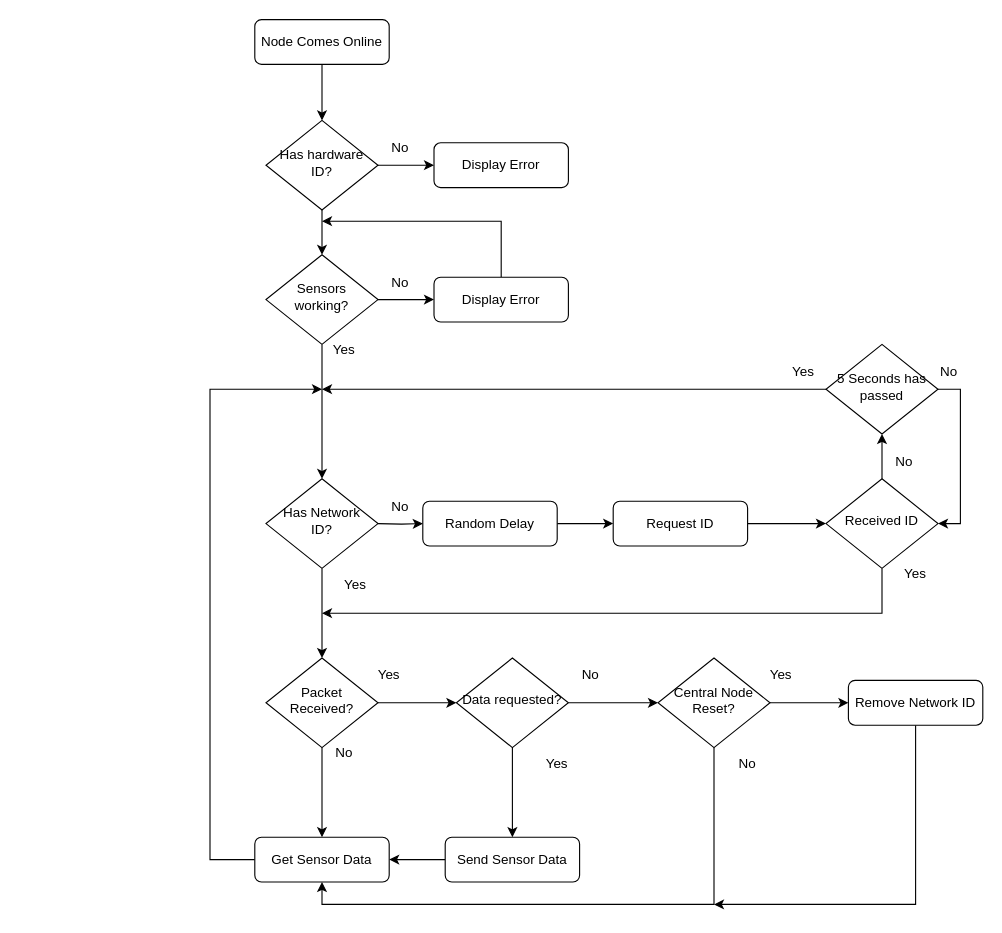
This is Documentation/Images/NetworkFlowchart_Node.drawio from dandeto/Smart-Farm, a draw.io file, before an edit. Source tidied: cells renumbered, new cells numbered last; positions are measured from the earlier drawing's top-left corner, leaving out a move shared by most shapes. Both pictures are drawn from the tidied source at 112%, with x=0, y=0 at pixel (209, 19).
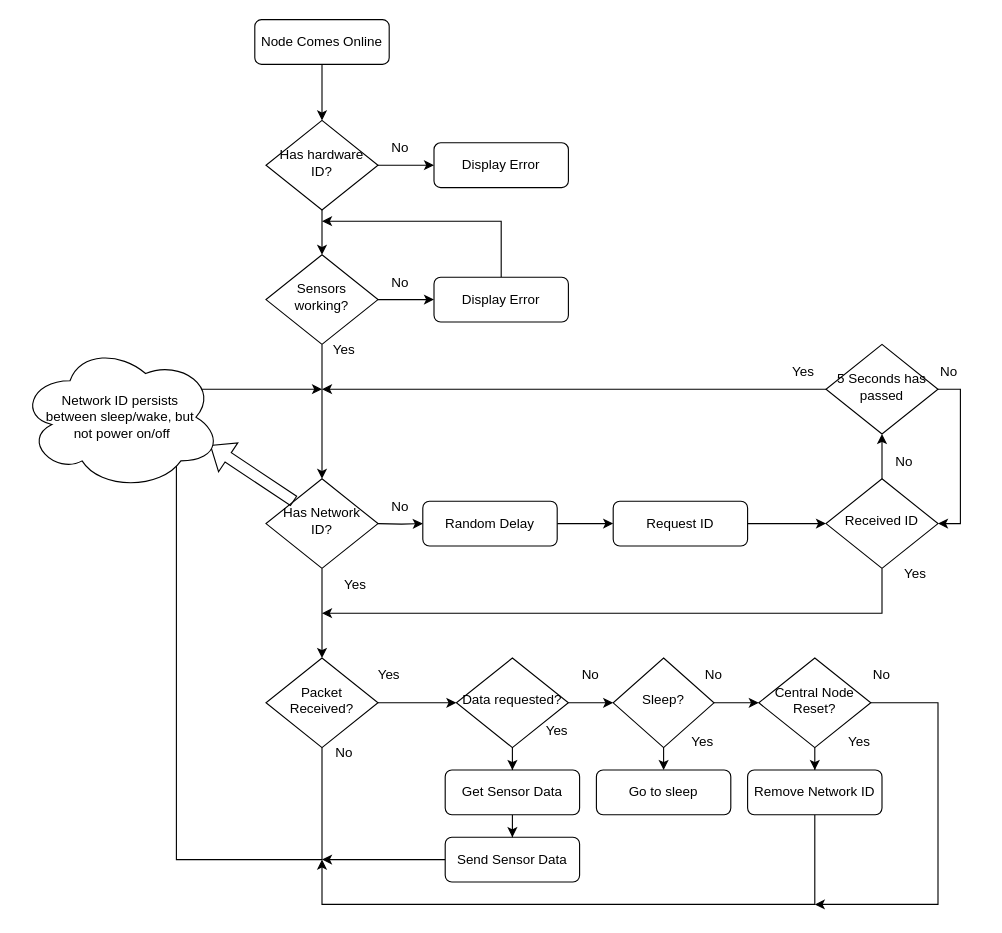
The same page after the edit.

Unchanged cells that the change refers to:
```xml
<mxCell id="17" value="Has Network ID?" style="rhombus;whiteSpace=wrap;html=1;shadow=0;fontFamily=Helvetica;fontSize=12;align=center;strokeWidth=1;spacing=6;spacingTop=-4;" parent="1" vertex="1">
  <mxGeometry x="50" y="410" width="100" height="80" as="geometry" />
</mxCell>
<mxCell id="32" value="Packet Received?" style="rhombus;whiteSpace=wrap;html=1;shadow=0;fontFamily=Helvetica;fontSize=12;align=center;strokeWidth=1;spacing=6;spacingTop=-4;" parent="1" vertex="1">
  <mxGeometry x="50" y="570" width="100" height="80" as="geometry" />
</mxCell>
<mxCell id="39" value="Data requested?" style="rhombus;whiteSpace=wrap;html=1;shadow=0;fontFamily=Helvetica;fontSize=12;align=center;strokeWidth=1;spacing=6;spacingTop=-4;" parent="1" vertex="1">
  <mxGeometry x="220" y="570" width="100" height="80" as="geometry" />
</mxCell>
<mxCell id="44" value="Send Sensor Data" style="rounded=1;whiteSpace=wrap;html=1;fontSize=12;glass=0;strokeWidth=1;shadow=0;" parent="1" vertex="1">
  <mxGeometry x="210" y="730" width="120" height="40" as="geometry" />
</mxCell>
```

Change to the diagram source:
```diff
@@
     <mxCell id="30" style="edgeStyle=orthogonalEdgeStyle;rounded=0;jettySize=auto;html=1;" parent="1" edge="1" source="32">
       <mxGeometry relative="1" as="geometry">
-        <mxPoint x="100" y="730" as="targetPoint" />
+        <mxPoint x="100" y="330" as="targetPoint" />
+        <Array as="points">
+          <mxPoint x="100" y="750" />
+          <mxPoint x="-30" y="750" />
+          <mxPoint x="-30" y="330" />
+        </Array>
       </mxGeometry>
     </mxCell>
@@
-    <mxCell id="35" style="edgeStyle=orthogonalEdgeStyle;rounded=0;jettySize=auto;html=1;exitX=0;exitY=0.5;exitDx=0;exitDy=0;" parent="1" edge="1" source="36">
-      <mxGeometry relative="1" as="geometry">
-        <mxPoint x="100" y="330" as="targetPoint" />
-        <Array as="points">
-          <mxPoint y="750" />
-          <mxPoint y="330" />
-        </Array>
-      </mxGeometry>
-    </mxCell>
-    <mxCell id="36" value="Get Sensor Data" style="rounded=1;whiteSpace=wrap;html=1;fontSize=12;glass=0;strokeWidth=1;shadow=0;" parent="1" vertex="1">
-      <mxGeometry x="40" y="730" width="120" height="40" as="geometry" />
-    </mxCell>
-    <mxCell id="37" style="edgeStyle=orthogonalEdgeStyle;rounded=0;jettySize=auto;html=1;" parent="1" edge="1" source="39" target="42">
-      <mxGeometry relative="1" as="geometry" />
-    </mxCell>
-    <mxCell id="38" style="edgeStyle=orthogonalEdgeStyle;rounded=0;jettySize=auto;html=1;" parent="1" edge="1" source="39">
-      <mxGeometry relative="1" as="geometry">
-        <mxPoint x="270" y="730" as="targetPoint" />
-      </mxGeometry>
-    </mxCell>
+    <mxCell id="56" style="edgeStyle=orthogonalEdgeStyle;rounded=0;jettySize=auto;html=1;" parent="1" edge="1" source="39" target="36">
+      <mxGeometry relative="1" as="geometry" />
+    </mxCell>
+    <mxCell id="57" style="edgeStyle=orthogonalEdgeStyle;rounded=0;jettySize=auto;html=1;" parent="1" edge="1" source="39" target="61">
+      <mxGeometry relative="1" as="geometry" />
+    </mxCell>
@@
-    <mxCell id="40" style="edgeStyle=orthogonalEdgeStyle;rounded=0;jettySize=auto;html=1;entryX=0.5;entryY=1;entryDx=0;entryDy=0;exitX=0.5;exitY=1;exitDx=0;exitDy=0;" parent="1" edge="1" source="42" target="36">
-      <mxGeometry relative="1" as="geometry" />
-    </mxCell>
     <mxCell id="41" style="edgeStyle=orthogonalEdgeStyle;rounded=0;jettySize=auto;html=1;" parent="1" edge="1" source="42">
       <mxGeometry relative="1" as="geometry">
-        <mxPoint x="570" y="610" as="targetPoint" />
+        <mxPoint x="540" y="790" as="targetPoint" />
+        <Array as="points">
+          <mxPoint x="650" y="610" />
+          <mxPoint x="650" y="790" />
+        </Array>
       </mxGeometry>
     </mxCell>
+    <mxCell id="58" style="edgeStyle=orthogonalEdgeStyle;rounded=0;jettySize=auto;html=1;" parent="1" edge="1" source="42" target="50">
+      <mxGeometry relative="1" as="geometry" />
+    </mxCell>
     <mxCell id="42" value="Central Node Reset?" style="rhombus;whiteSpace=wrap;html=1;shadow=0;fontFamily=Helvetica;fontSize=12;align=center;strokeWidth=1;spacing=6;spacingTop=-4;" parent="1" vertex="1">
-      <mxGeometry x="400" y="570" width="100" height="80" as="geometry" />
+      <mxGeometry x="490" y="570" width="100" height="80" as="geometry" />
     </mxCell>
-    <mxCell id="43" style="edgeStyle=orthogonalEdgeStyle;rounded=0;jettySize=auto;html=1;" parent="1" edge="1" source="44" target="36">
-      <mxGeometry relative="1" as="geometry" />
+    <mxCell id="43" style="edgeStyle=orthogonalEdgeStyle;rounded=0;jettySize=auto;html=1;" parent="1" edge="1" source="44">
+      <mxGeometry relative="1" as="geometry">
+        <mxPoint x="100" y="750" as="targetPoint" />
+      </mxGeometry>
     </mxCell>
@@
     <mxCell id="46" value="Yes" style="text;html=1;strokeColor=none;fillColor=none;align=center;verticalAlign=middle;whiteSpace=wrap;rounded=0;" parent="1" vertex="1">
-      <mxGeometry x="280" y="650" width="60" height="30" as="geometry" />
+      <mxGeometry x="280" y="620" width="60" height="30" as="geometry" />
     </mxCell>
@@
-    <mxCell id="48" value="No" style="text;html=1;strokeColor=none;fillColor=none;align=center;verticalAlign=middle;whiteSpace=wrap;rounded=0;" parent="1" vertex="1">
-      <mxGeometry x="450" y="650" width="60" height="30" as="geometry" />
+    <mxCell id="48" value="Yes" style="text;html=1;strokeColor=none;fillColor=none;align=center;verticalAlign=middle;whiteSpace=wrap;rounded=0;" parent="1" vertex="1">
+      <mxGeometry x="550" y="630" width="60" height="30" as="geometry" />
     </mxCell>
     <mxCell id="49" style="edgeStyle=orthogonalEdgeStyle;rounded=0;jettySize=auto;html=1;exitX=0.5;exitY=1;exitDx=0;exitDy=0;" parent="1" edge="1" source="50">
       <mxGeometry relative="1" as="geometry">
-        <mxPoint x="450" y="790" as="targetPoint" />
+        <mxPoint x="100" y="750" as="targetPoint" />
         <Array as="points">
-          <mxPoint x="630" y="790" />
+          <mxPoint x="540" y="790" />
+          <mxPoint x="100" y="790" />
         </Array>
       </mxGeometry>
     </mxCell>
-    <mxCell id="50" value="Remove Network ID" style="rounded=1;whiteSpace=wrap;html=1;fontSize=12;glass=0;strokeWidth=1;shadow=0;" parent="1" vertex="1">
-      <mxGeometry x="570" y="590" width="120" height="40" as="geometry" />
-    </mxCell>
-    <mxCell id="51" value="Yes" style="text;html=1;strokeColor=none;fillColor=none;align=center;verticalAlign=middle;whiteSpace=wrap;rounded=0;" parent="1" vertex="1">
-      <mxGeometry x="480" y="570" width="60" height="30" as="geometry" />
+    <mxCell id="51" value="No" style="text;html=1;strokeColor=none;fillColor=none;align=center;verticalAlign=middle;whiteSpace=wrap;rounded=0;" parent="1" vertex="1">
+      <mxGeometry x="570" y="570" width="60" height="30" as="geometry" />
     </mxCell>
@@
+    <mxCell id="59" style="edgeStyle=orthogonalEdgeStyle;rounded=0;jettySize=auto;html=1;" parent="1" edge="1" source="36" target="44">
+      <mxGeometry relative="1" as="geometry" />
+    </mxCell>
+    <mxCell id="36" value="Get Sensor Data" style="rounded=1;whiteSpace=wrap;html=1;fontSize=12;glass=0;strokeWidth=1;shadow=0;" parent="1" vertex="1">
+      <mxGeometry x="210" y="670" width="120" height="40" as="geometry" />
+    </mxCell>
+    <mxCell id="60" style="edgeStyle=orthogonalEdgeStyle;rounded=0;jettySize=auto;html=1;entryX=0;entryY=0.5;entryDx=0;entryDy=0;" parent="1" edge="1" source="61" target="42">
+      <mxGeometry relative="1" as="geometry" />
+    </mxCell>
+    <mxCell id="61" value="Sleep?" style="rhombus;whiteSpace=wrap;html=1;shadow=0;fontFamily=Helvetica;fontSize=12;align=center;strokeWidth=1;spacing=6;spacingTop=-4;" parent="1" vertex="1">
+      <mxGeometry x="360" y="570" width="90" height="80" as="geometry" />
+    </mxCell>
+    <mxCell id="62" style="endArrow=classic;html=1;rounded=0;exitX=0.5;exitY=1;exitDx=0;exitDy=0;" parent="1" edge="1" source="61" target="65">
+      <mxGeometry relative="1" as="geometry" />
+    </mxCell>
+    <mxCell id="63" value="No" style="text;html=1;strokeColor=none;fillColor=none;align=center;verticalAlign=middle;whiteSpace=wrap;rounded=0;" parent="1" vertex="1">
+      <mxGeometry x="420" y="570" width="60" height="30" as="geometry" />
+    </mxCell>
+    <mxCell id="64" value="Yes" style="text;html=1;strokeColor=none;fillColor=none;align=center;verticalAlign=middle;whiteSpace=wrap;rounded=0;" parent="1" vertex="1">
+      <mxGeometry x="410" y="630" width="60" height="30" as="geometry" />
+    </mxCell>
+    <mxCell id="65" value="Go to sleep" style="rounded=1;whiteSpace=wrap;html=1;" parent="1" vertex="1">
+      <mxGeometry x="345" y="670" width="120" height="40" as="geometry" />
+    </mxCell>
+    <mxCell id="66" style="shape=flexArrow;endArrow=classic;html=1;rounded=0;entryX=1;entryY=0.5;entryDx=0;entryDy=0;exitX=0;exitY=0;exitDx=0;exitDy=0;" parent="1" edge="1" source="17">
+      <mxGeometry relative="1" as="geometry">
+        <mxPoint y="380" as="targetPoint" />
+      </mxGeometry>
+    </mxCell>
+    <mxCell id="67" value="&lt;span&gt;Network ID persists&lt;br&gt;between sleep/wake, but&lt;br&gt;&amp;nbsp;not power on/off&lt;/span&gt;" style="ellipse;shape=cloud;whiteSpace=wrap;html=1;" parent="1" vertex="1">
+      <mxGeometry x="-170" y="290" width="180" height="130" as="geometry" />
+    </mxCell>
+    <mxCell id="50" value="Remove Network ID" style="rounded=1;whiteSpace=wrap;html=1;fontSize=12;glass=0;strokeWidth=1;shadow=0;" parent="1" vertex="1">
+      <mxGeometry x="480" y="670" width="120" height="40" as="geometry" />
+    </mxCell>
```
